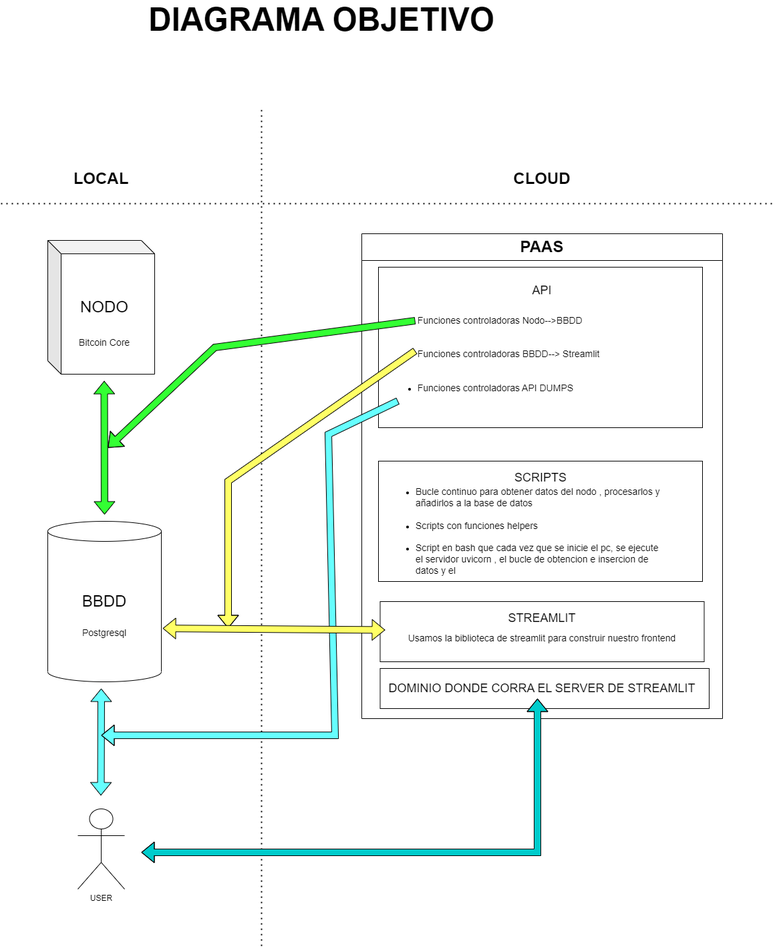
Above: nodeanalytica.drawio.png in Block-Mole/diagrams (draw.io), before the change. Source tidied: cells renumbered, new cells last; positions are measured from the earlier drawing's top-left corner, leaving out a move shared by most shapes.
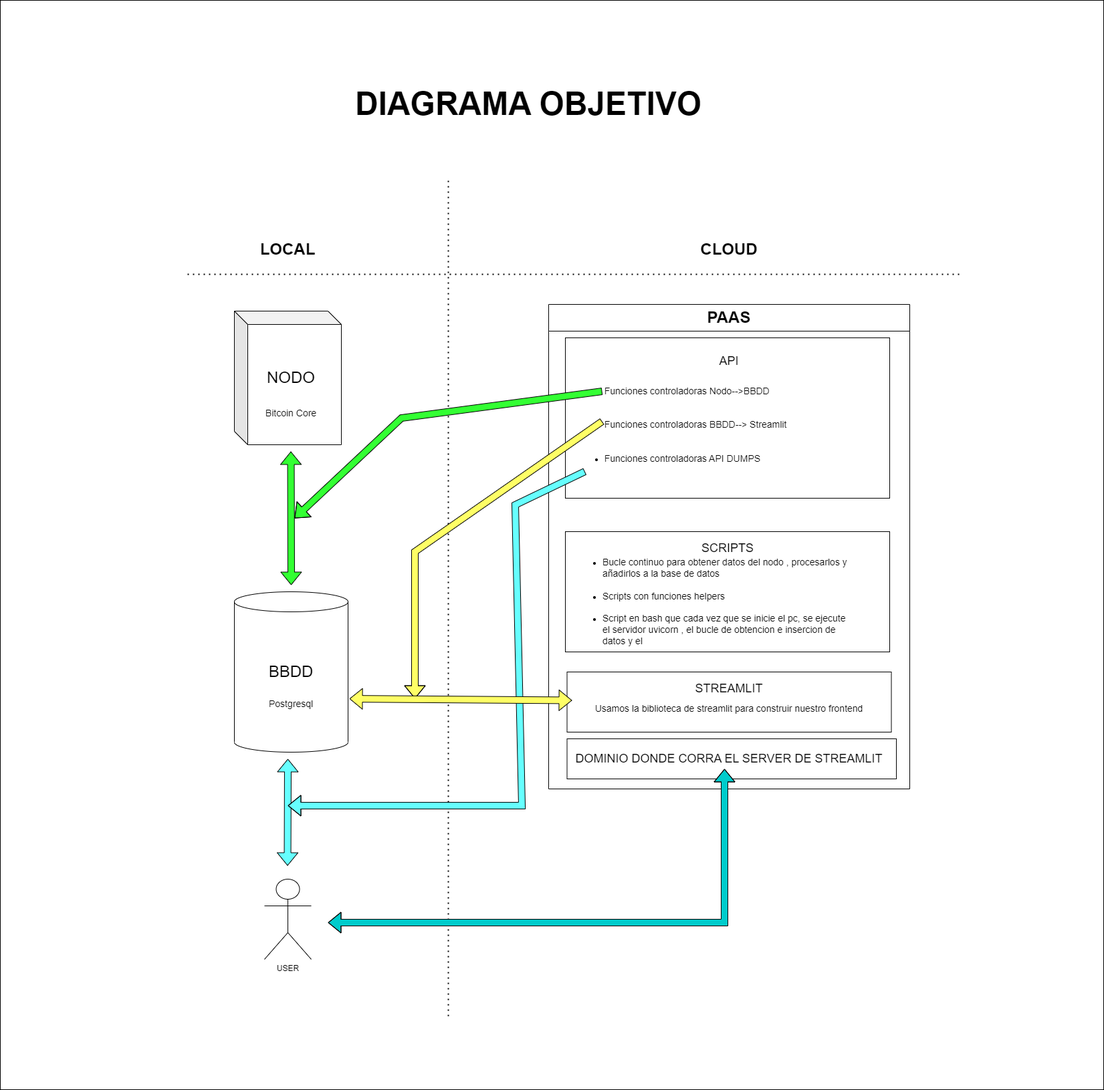
Later version of the same file.

Diff of the diagram source:
```diff
@@ -2,6 +2,9 @@
   <root>
     <mxCell id="0" />
     <mxCell id="1" parent="0" />
+    <mxCell id="34" style="rounded=0;whiteSpace=wrap;html=1;" parent="1" vertex="1">
+      <mxGeometry x="-280" y="-120" width="1650" height="1630" as="geometry" />
+    </mxCell>
     <mxCell id="2" style="endArrow=none;dashed=1;html=1;dashPattern=1 3;strokeWidth=2;rounded=0;" parent="1" edge="1">
       <mxGeometry relative="1" as="geometry">
         <mxPoint x="390" y="1400" as="sourcePoint" />
@@ -131,7 +134,7 @@
       <mxGeometry relative="1" as="geometry" />
     </mxCell>
     <mxCell id="33" value="&lt;font style=&quot;font-size: 48px;&quot;&gt;&lt;b style=&quot;&quot;&gt;DIAGRAMA OBJETIVO&lt;/b&gt;&lt;/font&gt;" style="text;html=1;strokeColor=none;fillColor=none;align=center;verticalAlign=middle;whiteSpace=wrap;rounded=0;" parent="1" vertex="1">
-      <mxGeometry x="150" width="660" height="30" as="geometry" />
+      <mxGeometry x="180" y="20" width="660" height="30" as="geometry" />
     </mxCell>
   </root>
 </mxGraphModel>
```
